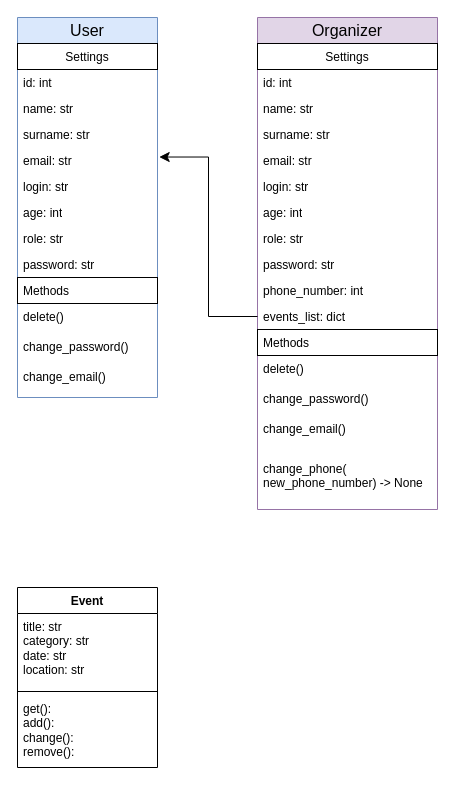
The draw.io diagram Documentation/django_classes.drawio in Burchenkov/web_project, before the edit. Source tidied: cells renumbered, new cells numbered last; positions are measured from the earlier drawing's top-left corner, leaving out a move shared by most shapes. Both pictures are drawn from the tidied source at 100%, with x=0, y=0 at pixel (17, 17).
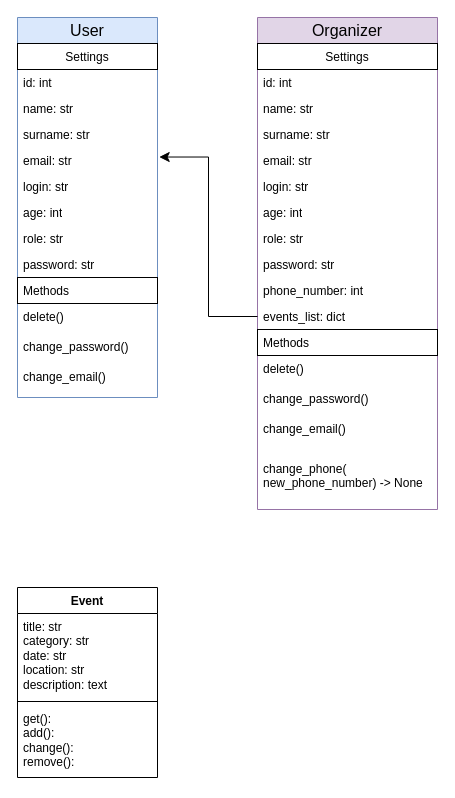
Above is the later version.

The edit, as a diff of the source:
```diff
@@
     <mxCell id="35" value="Event" style="swimlane;fontStyle=1;align=center;verticalAlign=top;horizontal=1;startSize=26;whiteSpace=wrap;html=1;" parent="1" vertex="1">
-      <mxGeometry y="570" width="140" height="180" as="geometry" />
+      <mxGeometry y="570" width="140" height="190" as="geometry" />
     </mxCell>
-    <mxCell id="36" value="title: str&lt;div&gt;category: str&lt;/div&gt;&lt;div&gt;date: str&lt;/div&gt;&lt;div&gt;location: str&lt;/div&gt;" style="text;strokeColor=none;fillColor=none;align=left;verticalAlign=top;spacingLeft=4;spacingRight=4;overflow=hidden;whiteSpace=wrap;html=1;" parent="35" vertex="1">
-      <mxGeometry y="26" width="140" height="74" as="geometry" />
+    <mxCell id="36" value="title: str&lt;div&gt;category: str&lt;/div&gt;&lt;div&gt;date: str&lt;/div&gt;&lt;div&gt;location: str&lt;/div&gt;&lt;div&gt;description: text&lt;/div&gt;" style="text;strokeColor=none;fillColor=none;align=left;verticalAlign=top;spacingLeft=4;spacingRight=4;overflow=hidden;whiteSpace=wrap;html=1;" parent="35" vertex="1">
+      <mxGeometry y="26" width="140" height="84" as="geometry" />
     </mxCell>
     <mxCell id="37" style="line;strokeWidth=1;fillColor=none;align=left;verticalAlign=middle;spacingTop=-1;spacingLeft=3;spacingRight=3;labelPosition=right;strokeColor=inherit;" parent="35" vertex="1">
-      <mxGeometry y="100" width="140" height="8" as="geometry" />
+      <mxGeometry y="110" width="140" height="8" as="geometry" />
     </mxCell>
     <mxCell id="38" value="get():&lt;div&gt;add():&lt;/div&gt;&lt;div&gt;change():&lt;/div&gt;&lt;div&gt;remove():&amp;nbsp;&lt;/div&gt;" style="text;strokeColor=none;fillColor=none;align=left;verticalAlign=top;spacingLeft=4;spacingRight=4;overflow=hidden;whiteSpace=wrap;html=1;" parent="35" vertex="1">
-      <mxGeometry y="108" width="140" height="72" as="geometry" />
+      <mxGeometry y="118" width="140" height="72" as="geometry" />
     </mxCell>
```
